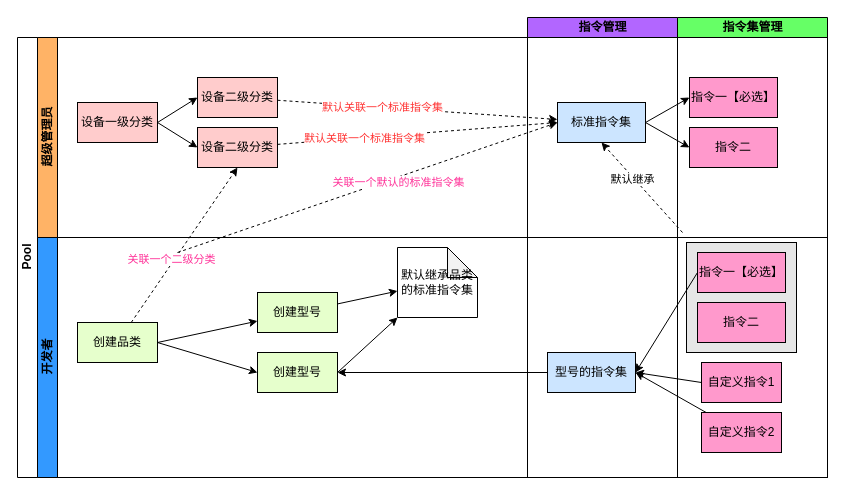
Earlier version of the draw.io diagram youyue/iot/开发者结构流程.drawio (cuiqyu/diagrams_chart). Source tidied: cells renumbered, new cells numbered last; positions are measured from the earlier drawing's top-left corner, leaving out a move shared by most shapes. Both pictures are drawn from the tidied source at 100%, with x=0, y=0 at pixel (17, 17).
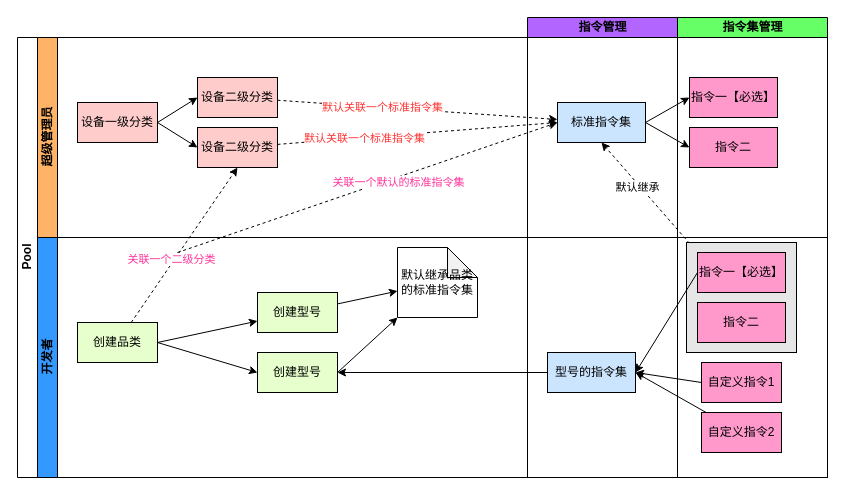
The same diagram, later.

Commit message:
更新开发者结构流程.drawio

Unchanged cells that the change refers to:
```xml
<mxCell id="2" value="Pool" style="swimlane;html=1;horizontal=0;startSize=20;" parent="1" vertex="1">
  <mxGeometry y="20" width="810" height="440" as="geometry" />
</mxCell>
<mxCell id="19" value="标准指令集" style="rounded=0;whiteSpace=wrap;html=1;fillColor=#CCE5FF;" parent="7" vertex="1">
  <mxGeometry x="520" y="65" width="88" height="40" as="geometry" />
</mxCell>
<mxCell id="37" value="指令一【必选】" style="rounded=0;whiteSpace=wrap;html=1;fillColor=#FF99CC;" parent="24" vertex="1">
  <mxGeometry x="660" y="15" width="88" height="40" as="geometry" />
</mxCell>
```

Diff of the diagram source:
```diff
@@
-    <mxCell id="5" style="edgeStyle=none;rounded=0;jettySize=auto;html=1;exitX=0;exitY=0;exitDx=0;exitDy=0;entryX=0.5;entryY=1;entryDx=0;entryDy=0;dashed=1;" parent="2" edge="1" target="19">
-      <mxGeometry relative="1" as="geometry">
-        <mxPoint x="665" y="195" as="sourcePoint" />
-      </mxGeometry>
+    <mxCell id="5" style="edgeStyle=none;rounded=0;jettySize=auto;html=1;exitX=0;exitY=0;exitDx=0;exitDy=0;entryX=0.5;entryY=1;entryDx=0;entryDy=0;dashed=1;" parent="2" edge="1" source="37" target="19">
+      <mxGeometry relative="1" as="geometry" />
     </mxCell>
```
